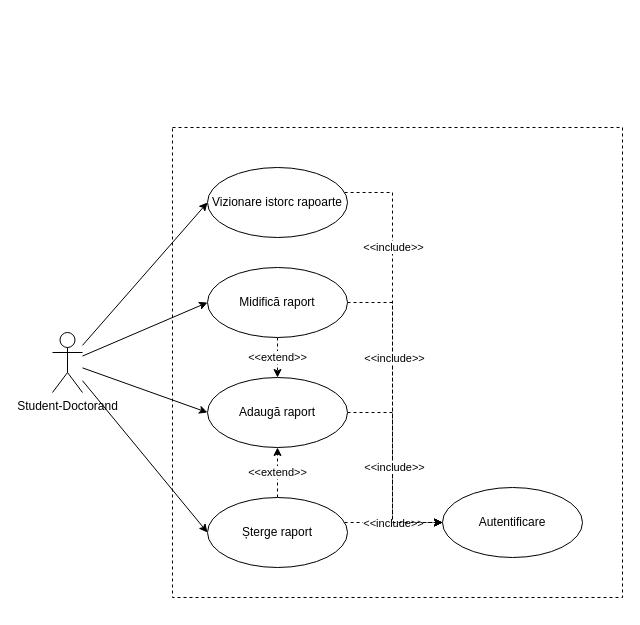
Earlier version of the draw.io diagram page "student use-case" (5 of 7) of files/diagrams.drawio (valentin-stamate/dashboard-activitatie-academica). Source tidied: cells renumbered, new cells numbered last; positions are measured from the earlier drawing's top-left corner, leaving out a move shared by most shapes. Both pictures are drawn from the tidied source at 100%, with x=0, y=0 at pixel (52, 127).
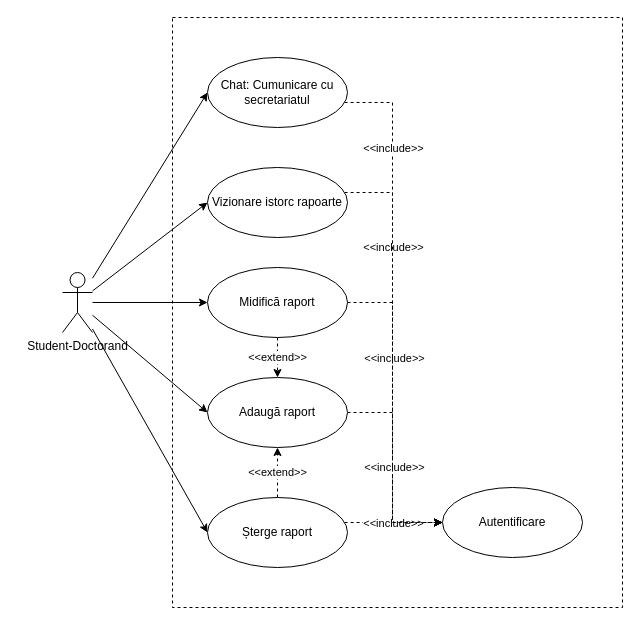
After the change.

The change refers to these unchanged cells:
```xml
<mxCell id="17" value="Autentificare" style="ellipse;whiteSpace=wrap;html=1;" parent="1" vertex="1">
  <mxGeometry x="390" y="360" width="140" height="70" as="geometry" />
</mxCell>
```

The edit, as a diff of the source:
```diff
@@
     <mxCell id="2" style="rounded=0;whiteSpace=wrap;html=1;fillColor=none;dashed=1;" parent="1" vertex="1">
-      <mxGeometry x="120" width="450" height="470" as="geometry" />
+      <mxGeometry x="120" y="-110" width="450" height="590" as="geometry" />
     </mxCell>
@@
+    <mxCell id="23" style="rounded=0;jettySize=auto;html=1;entryX=0;entryY=0.5;entryDx=0;entryDy=0;" parent="1" edge="1" source="7" target="26">
+      <mxGeometry relative="1" as="geometry" />
+    </mxCell>
     <mxCell id="7" value="Student-Doctorand" style="shape=umlActor;html=1;verticalLabelPosition=bottom;verticalAlign=top;align=center;" parent="1" vertex="1">
-      <mxGeometry y="205" width="30" height="60" as="geometry" />
+      <mxGeometry x="10" y="145" width="30" height="60" as="geometry" />
     </mxCell>
@@
+    <mxCell id="24" style="edgeStyle=orthogonalEdgeStyle;rounded=0;jettySize=auto;html=1;entryX=0;entryY=0.5;entryDx=0;entryDy=0;dashed=1;" parent="1" edge="1" source="26" target="17">
+      <mxGeometry relative="1" as="geometry">
+        <Array as="points">
+          <mxPoint x="340" y="-25" />
+          <mxPoint x="340" y="395" />
+        </Array>
+      </mxGeometry>
+    </mxCell>
+    <mxCell id="25" value="&amp;lt;&amp;lt;include&amp;gt;&amp;gt;" style="edgeLabel;html=1;align=center;verticalAlign=middle;" parent="24" vertex="1">
+      <mxGeometry x="-0.64" relative="1" as="geometry" />
+    </mxCell>
+    <mxCell id="26" value="Chat: Cumunicare cu secretariatul" style="ellipse;whiteSpace=wrap;html=1;" parent="1" vertex="1">
+      <mxGeometry x="155" y="-70" width="140" height="70" as="geometry" />
+    </mxCell>
```
